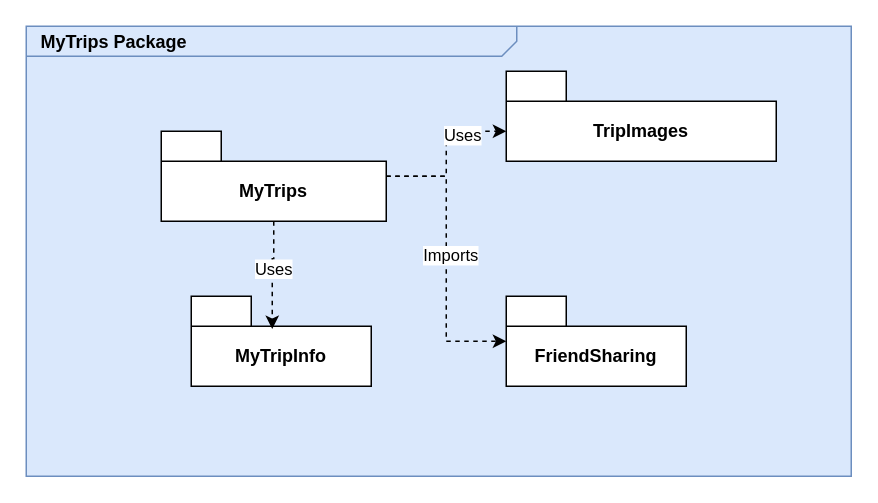
Above: MyTravels.drawio in MurielleMardenli200/LOG8430_TP1 (draw.io), before the change. Source tidied: cells renumbered, new cells numbered last; positions are measured from the earlier drawing's top-left corner, leaving out a move shared by most shapes. Both pictures are drawn from the tidied source at 150%, with x=0, y=0 at pixel (26, 26).
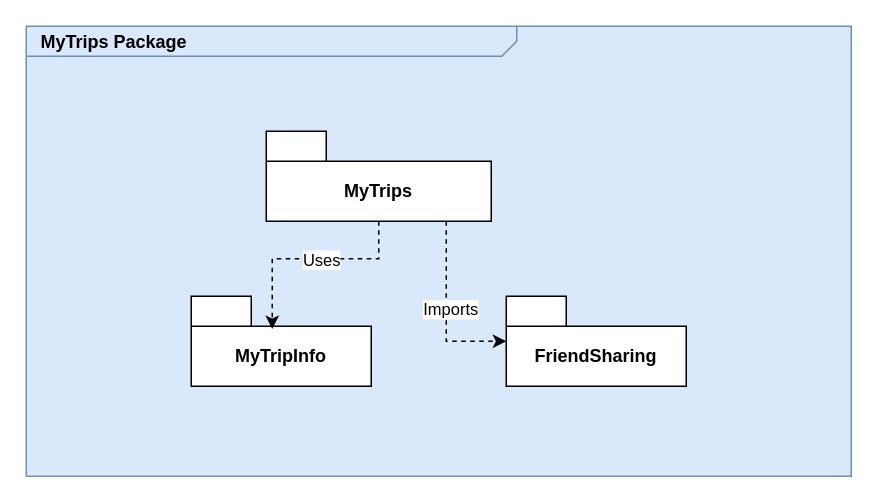
The same page after the edit.

What changed in the source:
```diff
@@
 <mxGraphModel>
   <root>
     <mxCell id="0" />
     <mxCell id="1" parent="0" />
     <mxCell id="2" value="&lt;p style=&quot;margin: 0px ; margin-top: 4px ; margin-left: 10px ; text-align: left&quot;&gt;&lt;b&gt;MyTrips Package&lt;/b&gt;&lt;/p&gt;" style="html=1;strokeWidth=1;shape=mxgraph.sysml.package;html=1;overflow=fill;whiteSpace=wrap;fillColor=#dae8fc;fontSize=12;align=center;labelX=327.64;strokeColor=#6c8ebf;" parent="1" vertex="1">
       <mxGeometry width="550" height="300" as="geometry" />
     </mxCell>
     <mxCell id="3" style="edgeStyle=orthogonalEdgeStyle;shape=connector;rounded=0;jettySize=auto;html=1;dashed=1;strokeColor=default;align=center;verticalAlign=middle;fontFamily=Helvetica;fontSize=11;fontColor=default;labelBackgroundColor=default;endArrow=classic;" parent="1" edge="1" source="5" target="10">
       <mxGeometry relative="1" as="geometry">
         <Array as="points">
           <mxPoint x="280" y="100" />
           <mxPoint x="280" y="210" />
         </Array>
       </mxGeometry>
     </mxCell>
     <mxCell id="4" value="Imports" style="edgeLabel;html=1;align=center;verticalAlign=middle;fontFamily=Helvetica;fontSize=11;fontColor=default;labelBackgroundColor=default;" parent="3" vertex="1">
       <mxGeometry x="-0.03" y="2" relative="1" as="geometry" />
     </mxCell>
     <mxCell id="5" value="MyTrips" style="shape=folder;fontStyle=1;tabWidth=40;tabHeight=20;tabPosition=left;html=1;boundedLbl=1;whiteSpace=wrap;" parent="1" vertex="1">
-      <mxGeometry x="90" y="70" width="150" height="60" as="geometry" />
+      <mxGeometry x="160" y="70" width="150" height="60" as="geometry" />
     </mxCell>
     <mxCell id="6" value="MyTripInfo" style="shape=folder;fontStyle=1;tabWidth=40;tabHeight=20;tabPosition=left;html=1;boundedLbl=1;whiteSpace=wrap;" parent="1" vertex="1">
       <mxGeometry x="110" y="180" width="120" height="60" as="geometry" />
     </mxCell>
-    <mxCell id="7" value="TripImages" style="shape=folder;fontStyle=1;tabWidth=40;tabHeight=20;tabPosition=left;html=1;boundedLbl=1;whiteSpace=wrap;" parent="1" vertex="1">
-      <mxGeometry x="320" y="30" width="180" height="60" as="geometry" />
-    </mxCell>
-    <mxCell id="8" style="edgeStyle=orthogonalEdgeStyle;shape=connector;rounded=0;jettySize=auto;html=1;entryX=0;entryY=0;entryDx=0;entryDy=40;entryPerimeter=0;dashed=1;strokeColor=default;align=center;verticalAlign=middle;fontFamily=Helvetica;fontSize=11;fontColor=default;labelBackgroundColor=default;endArrow=classic;" parent="1" edge="1" source="5" target="7">
-      <mxGeometry relative="1" as="geometry">
-        <Array as="points">
-          <mxPoint x="280" y="100" />
-          <mxPoint x="280" y="70" />
-        </Array>
-      </mxGeometry>
-    </mxCell>
-    <mxCell id="9" value="Uses" style="edgeLabel;html=1;align=center;verticalAlign=middle;fontFamily=Helvetica;fontSize=11;fontColor=default;labelBackgroundColor=default;" parent="8" vertex="1">
-      <mxGeometry x="0.46" y="-2" relative="1" as="geometry" />
-    </mxCell>
     <mxCell id="10" value="FriendSharing" style="shape=folder;fontStyle=1;tabWidth=40;tabHeight=20;tabPosition=left;html=1;boundedLbl=1;whiteSpace=wrap;" parent="1" vertex="1">
       <mxGeometry x="320" y="180" width="120" height="60" as="geometry" />
     </mxCell>
     <mxCell id="11" style="edgeStyle=orthogonalEdgeStyle;shape=connector;rounded=0;jettySize=auto;html=1;entryX=0.45;entryY=0.365;entryDx=0;entryDy=0;entryPerimeter=0;dashed=1;strokeColor=default;align=center;verticalAlign=middle;fontFamily=Helvetica;fontSize=11;fontColor=default;labelBackgroundColor=default;endArrow=classic;" parent="1" edge="1" source="5" target="6">
       <mxGeometry relative="1" as="geometry" />
     </mxCell>
     <mxCell id="12" value="Uses" style="edgeLabel;html=1;align=center;verticalAlign=middle;fontFamily=Helvetica;fontSize=11;fontColor=default;labelBackgroundColor=default;" parent="11" vertex="1">
       <mxGeometry x="-0.11" relative="1" as="geometry" />
     </mxCell>
   </root>
 </mxGraphModel>
```
